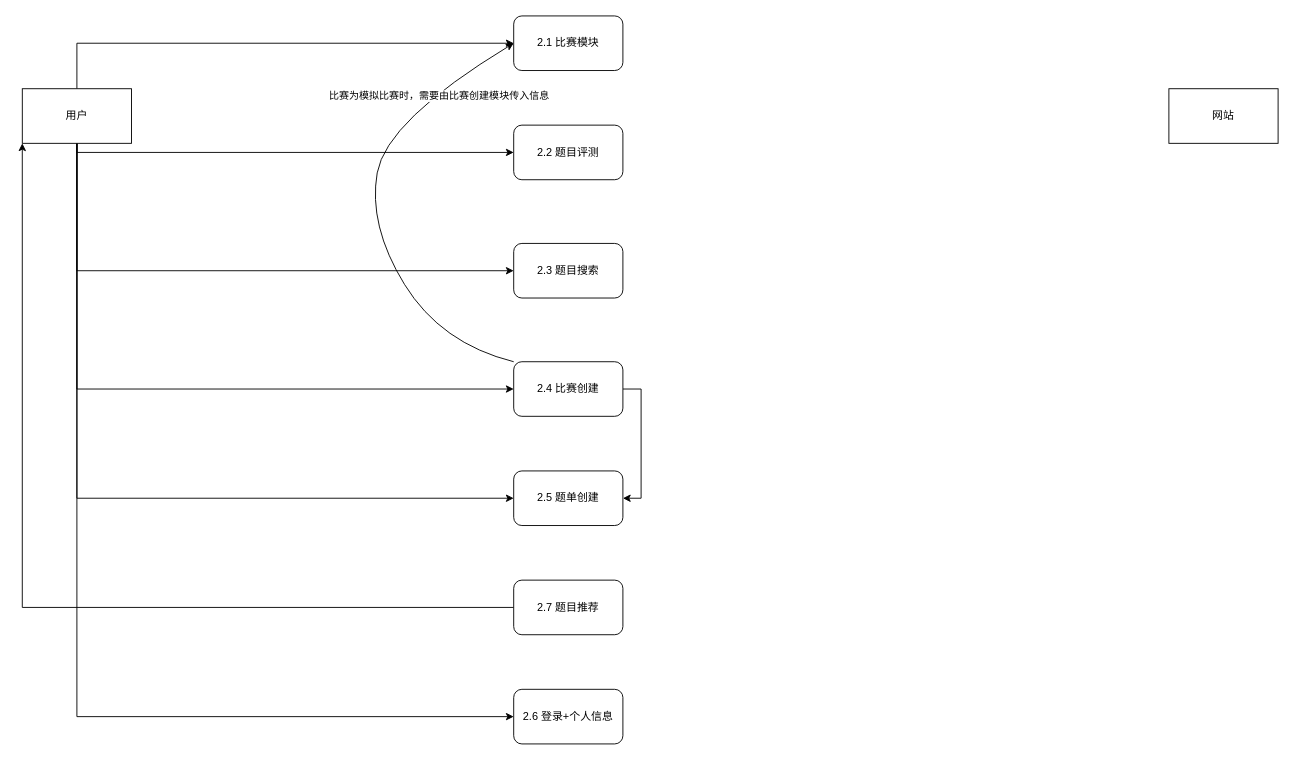
12MegaA21/CodeCode keeps this draw.io diagram as 分析文档/第二层.drawio. Above is the earlier version. Source tidied: cells renumbered, new cells numbered last; positions are measured from the earlier drawing's top-left corner, leaving out a move shared by most shapes. Both pictures are drawn from the tidied source at 91%, with x=0, y=0 at pixel (22, 15).
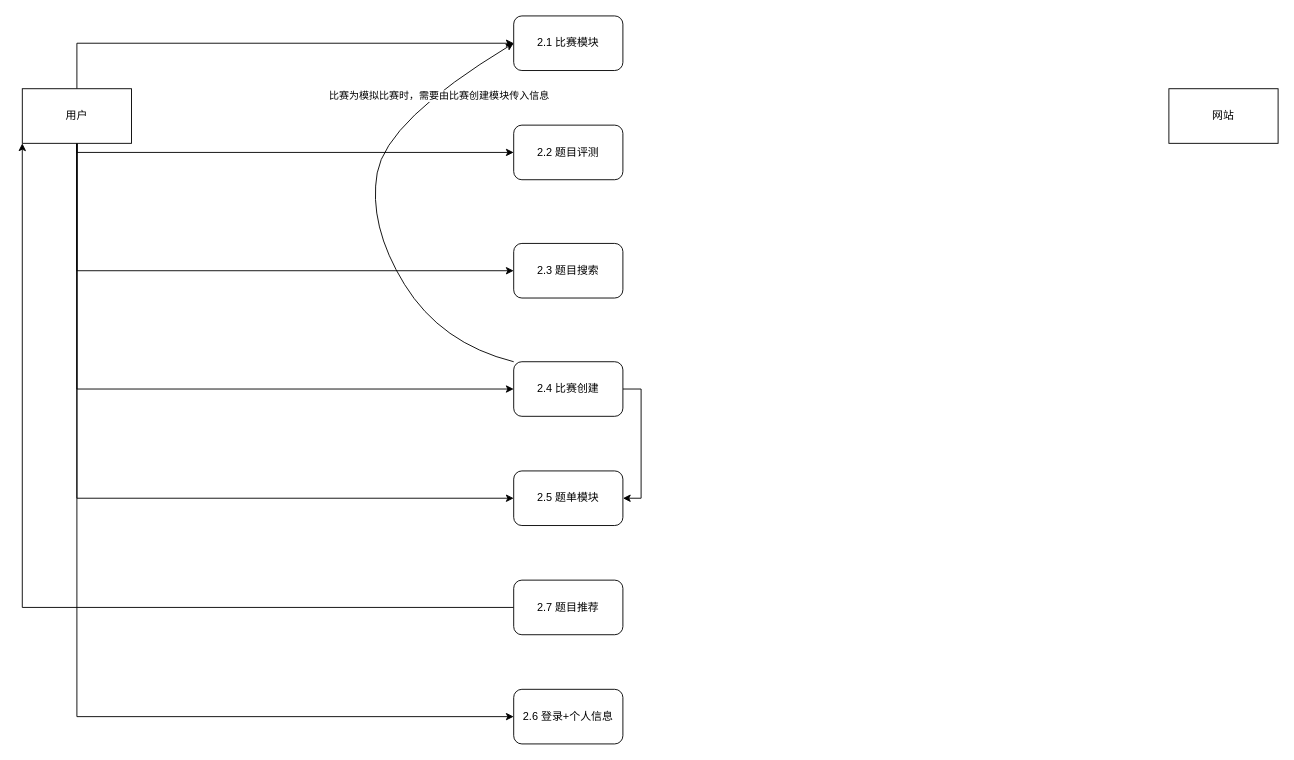
Above is the later version.

Commit message:
更新第二层.drawio

What changed in the source:
```diff
@@
-    <mxCell id="15" value="2.5 题单创建" style="rounded=1;whiteSpace=wrap;html=1;" parent="1" vertex="1">
+    <mxCell id="15" value="2.5 题单模块" style="rounded=1;whiteSpace=wrap;html=1;" parent="1" vertex="1">
       <mxGeometry x="540" y="500" width="120" height="60" as="geometry" />
     </mxCell>
```
